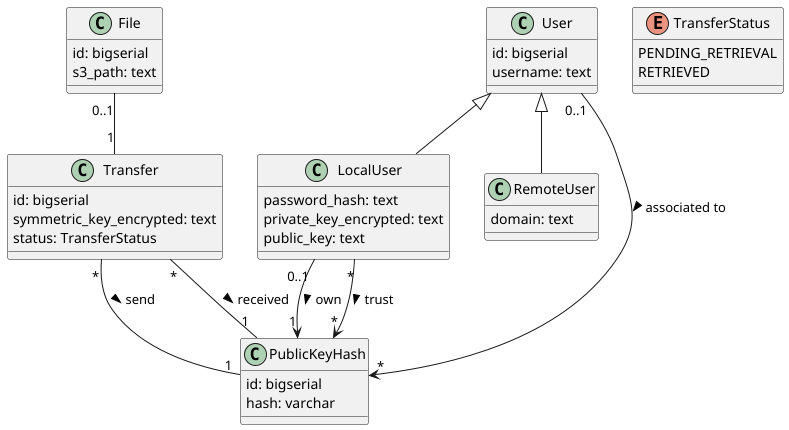
Above: documents/umls/dist/database_schema.png in BananaTransfer/BananaTransfer (PlantUML), before the change. Its source is kept beside it as documents/umls/database_schema.puml.
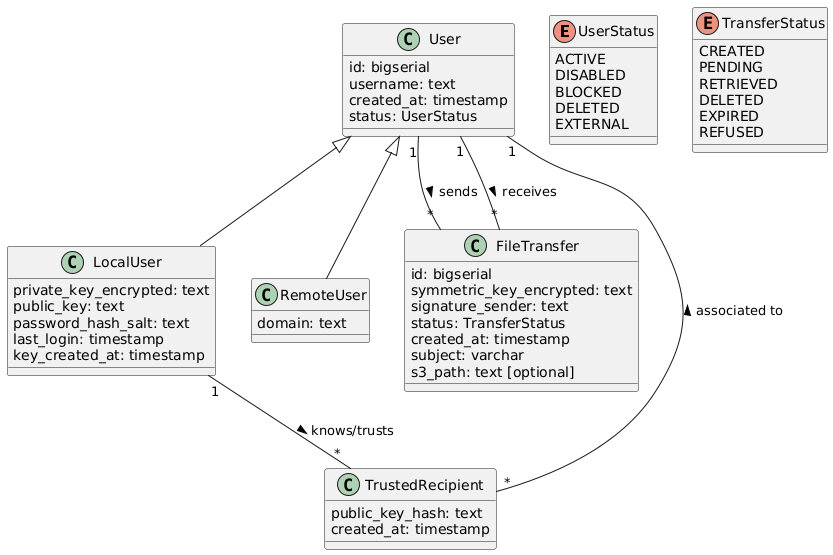
After the commit.

Commit message:
update database doc and schema

Diff of the diagram source:
```diff
@@ -1,54 +1,63 @@
 @startuml
 
+enum UserStatus {
+    ACTIVE
+    DISABLED
+    BLOCKED
+    DELETED
+    EXTERNAL
+}
+
 enum TransferStatus {
-    PENDING_RETRIEVAL
+    CREATED
+    PENDING
     RETRIEVED
+    DELETED
+    EXPIRED
+    REFUSED
 }
 
 class User {
     id: bigserial
     username: text
+    created_at: timestamp
+    status: UserStatus
 }
 
 class LocalUser {
-    password_hash: text
     private_key_encrypted: text
     public_key: text
+    password_hash_salt: text
+    last_login: timestamp
+    key_created_at: timestamp
 }
 
 class RemoteUser {
     domain: text
 }
 
-class PublicKeyHash {
+class FileTransfer {
     id: bigserial
-    hash: varchar
+    symmetric_key_encrypted: text
+    signature_sender: text
+    status: TransferStatus
+    created_at: timestamp
+    subject: varchar
+    s3_path: text [optional]
 }
 
-class Transfer {
-    id: bigserial
-    symmetric_key_encrypted: text
-    status: TransferStatus
-}
-
-class File {
-    id: bigserial
-    s3_path: text
+class TrustedRecipient {
+    public_key_hash: text
+    created_at: timestamp
 }
 
 LocalUser -up-|> User
 RemoteUser -up-|> User
 
-LocalUser "0..1" --> "1" PublicKeyHash: own >
+User "1" -- "*" FileTransfer: sends >
+User "1" -- "*" FileTransfer: receives >
 
-User "0..1" --> "*" PublicKeyHash: associated to >
-
-LocalUser "*" --> "*" PublicKeyHash: trust >
-
-Transfer "*" -- "1" PublicKeyHash: send >
-
-Transfer "*" -- "1" PublicKeyHash: received >
-
-Transfer "1" -up- "0..1" File
+LocalUser "1" -- "*" TrustedRecipient: knows/trusts >
+TrustedRecipient "*" -- "1" User: associated to >
 
 @enduml
```
